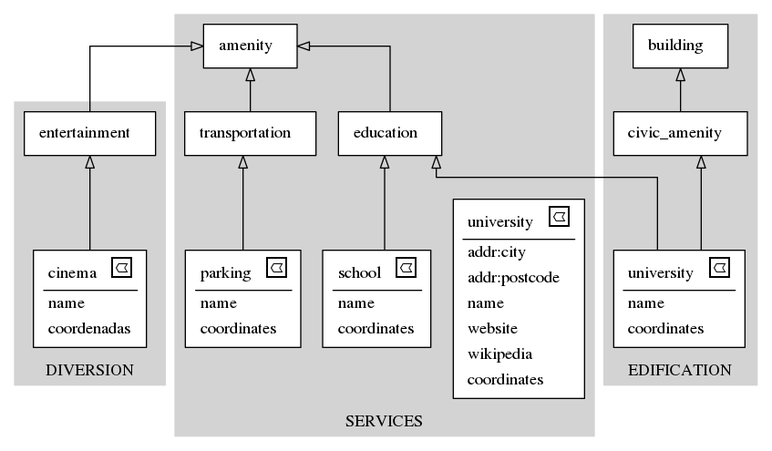
Before: schema.gv.png, a diagram exported from Graphviz (vinisperandio/OSM2Diagram_optmizated). Its source is kept beside it as schema.gv.
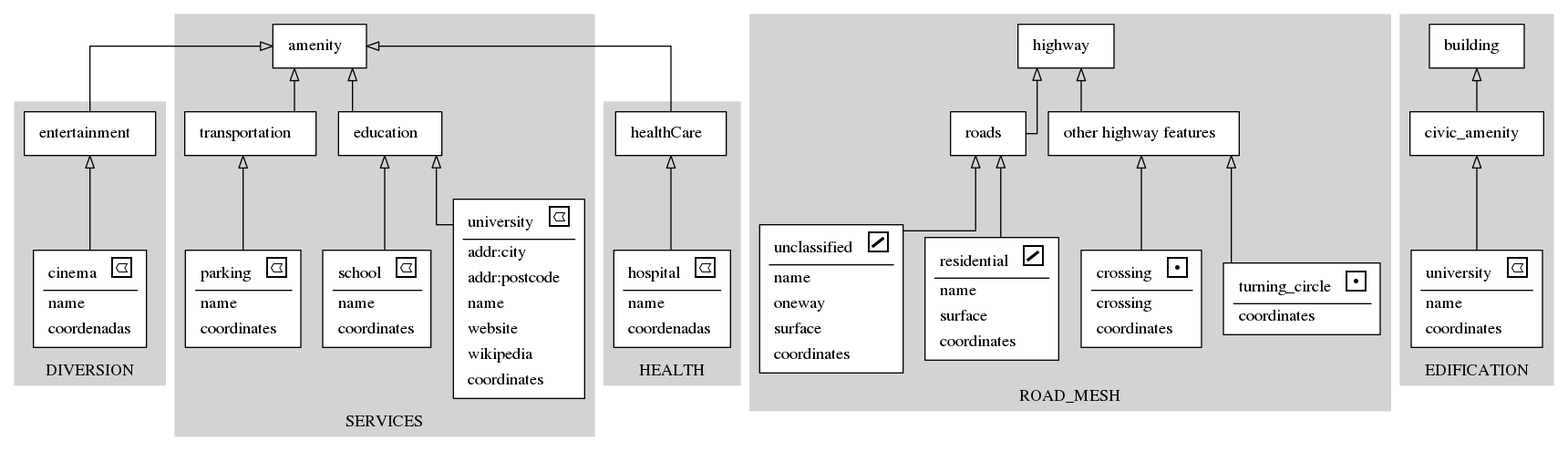
After the change.

The edit, as a diff of the source:
```diff
@@ -102,11 +102,121 @@
 			</TR>
 			</TABLE>>]
 	}
+	subgraph cluster_HEALTH {
+		node [color=black style=filled]
+		color=lightgrey style=filled
+		label=HEALTH
+		8[style = "filled, bold" penwidth = "1" fillcolor="white" label=<
+			<TABLE color="black" border="0">
+			 <TR>
+				<TD align="center"><font color="black">hospital</font>
+				<font FACE="sigmoda" POINT-SIZE="20.0"> e</font></TD>
+			</TR>
+			<hr/>
+			<TR>
+				<TD align="left">name</TD>
+			 </TR>
+			<TR>
+				<TD align="left">coordenadas</TD>
+			 </TR>
+			</TABLE>>]
+		9[style = "filled, bold" penwidth = "1" fillcolor="white" label=<
+			<TABLE color="black" border="0">
+			 <TR>
+				<TD align="center"><font color="black">healthCare</font>  </TD>
+			</TR>
+			</TABLE>>]
+	}
+	subgraph cluster_ROAD_MESH {
+		node [color=black style=filled]
+		color=lightgrey style=filled
+		label=ROAD_MESH
+		10[style = "filled, bold" penwidth = "1" fillcolor="white" label=<
+			<TABLE color="black" border="0">
+			 <TR>
+				<TD align="center"><font color="black">turning_circle</font>
+				<font FACE="sigmoda" POINT-SIZE="20.0"> b</font></TD>
+			</TR>
+			<hr/>
+			<TR>
+				<TD align="left">coordinates</TD>
+			 </TR>
+			</TABLE>>]
+		11[style = "filled, bold" penwidth = "1" fillcolor="white" label=<
+			<TABLE color="black" border="0">
+			 <TR>
+				<TD align="center"><font color="black">highway</font>  </TD>
+			</TR>
+			</TABLE>>]
+		12[style = "filled, bold" penwidth = "1" fillcolor="white" label=<
+			<TABLE color="black" border="0">
+			 <TR>
+				<TD align="center"><font color="black">crossing</font>
+				<font FACE="sigmoda" POINT-SIZE="20.0"> b</font></TD>
+			</TR>
+			<hr/>
+			<TR>
+				<TD align="left">crossing</TD>
+			 </TR>
+			<TR>
+				<TD align="left">coordinates</TD>
+			 </TR>
+			</TABLE>>]
+		13[style = "filled, bold" penwidth = "1" fillcolor="white" label=<
+			<TABLE color="black" border="0">
+			 <TR>
+				<TD align="center"><font color="black">residential</font>
+				<font FACE="sigmoda" POINT-SIZE="20.0"> w</font></TD>
+			</TR>
+			<hr/>
+			<TR>
+				<TD align="left">name</TD>
+			 </TR>
+			<TR>
+				<TD align="left">surface</TD>
+			 </TR>
+			<TR>
+				<TD align="left">coordinates</TD>
+			 </TR>
+			</TABLE>>]
+		14[style = "filled, bold" penwidth = "1" fillcolor="white" label=<
+			<TABLE color="black" border="0">
+			 <TR>
+				<TD align="center"><font color="black">unclassified</font>
+				<font FACE="sigmoda" POINT-SIZE="20.0"> w</font></TD>
+			</TR>
+			<hr/>
+			<TR>
+				<TD align="left">name</TD>
+			 </TR>
+			<TR>
+				<TD align="left">oneway</TD>
+			 </TR>
+			<TR>
+				<TD align="left">surface</TD>
+			 </TR>
+			<TR>
+				<TD align="left">coordinates</TD>
+			 </TR>
+			</TABLE>>]
+		15[style = "filled, bold" penwidth = "1" fillcolor="white" label=<
+			<TABLE color="black" border="0">
+			 <TR>
+				<TD align="center"><font color="black">other highway features</font>  </TD>
+			</TR>
+			</TABLE>>]
+		16[style = "filled, bold" penwidth = "1" fillcolor="white" label=<
+			<TABLE color="black" border="0">
+			 <TR>
+				<TD align="center"><font color="black">roads</font>  </TD>
+			</TR>
+			</TABLE>>]
+	}
 	subgraph cluster_EDIFICATION {
 		node [color=black style=filled]
 		color=lightgrey style=filled
 		label=EDIFICATION
-		8[style = "filled, bold" penwidth = "1" fillcolor="white" label=<
+		17[style = "filled, bold" penwidth = "1" fillcolor="white" label=<
 			<TABLE color="black" border="0">
 			 <TR>
 				<TD align="center"><font color="black">university</font>
@@ -120,13 +230,13 @@
 				<TD align="left">coordinates</TD>
 			 </TR>
 			</TABLE>>]
-		9[style = "filled, bold" penwidth = "1" fillcolor="white" label=<
+		18[style = "filled, bold" penwidth = "1" fillcolor="white" label=<
 			<TABLE color="black" border="0">
 			 <TR>
 				<TD align="center"><font color="black">building</font>  </TD>
 			</TR>
 			</TABLE>>]
-		10[style = "filled, bold" penwidth = "1" fillcolor="white" label=<
+		19[style = "filled, bold" penwidth = "1" fillcolor="white" label=<
 			<TABLE color="black" border="0">
 			 <TR>
 				<TD align="center"><font color="black">civic_amenity</font>  </TD>
@@ -135,13 +245,21 @@
 	}
 		0 -> 1[arrowhead=onormal]
 		1 -> 3[arrowhead=onormal]
-		8 -> 6[arrowhead=onormal]
-		8 -> 10[arrowhead=onormal]
+		2 -> 6[arrowhead=onormal]
 		4 -> 6[arrowhead=onormal]
 		5 -> 7[arrowhead=onormal]
 		6 -> 3[arrowhead=onormal]
 		7 -> 3[arrowhead=onormal]
-		10 -> 9[arrowhead=onormal]
+		8 -> 9[arrowhead=onormal]
+		9 -> 3[arrowhead=onormal]
+		10 -> 15[arrowhead=onormal]
+		12 -> 15[arrowhead=onormal]
+		13 -> 16[arrowhead=onormal]
+		14 -> 16[arrowhead=onormal]
+		15 -> 11[arrowhead=onormal]
+		16 -> 11[arrowhead=onormal]
+		17 -> 19[arrowhead=onormal]
+		19 -> 18[arrowhead=onormal]
 	rankdir=BT
 	splines=ortho
 }
```
